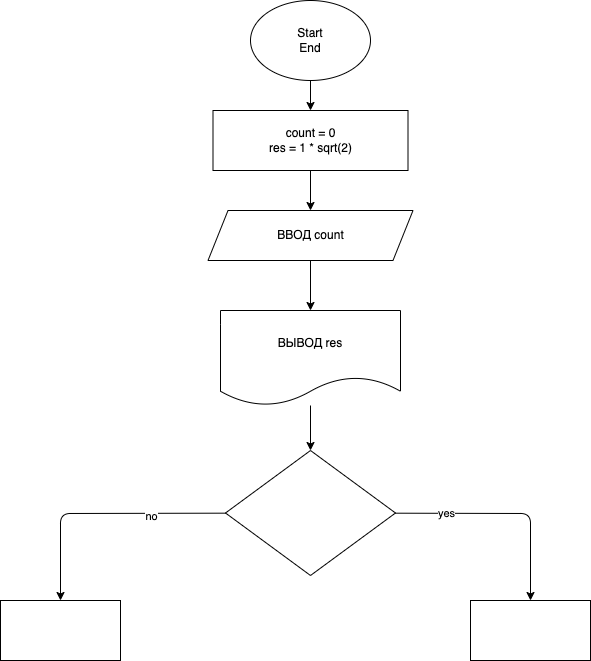
Before: ex000.drawio.png, a diagram exported from draw.io (retedominus/practice_ex000). Source tidied: cells renumbered, new cells last; positions are measured from the earlier drawing's top-left corner, leaving out a move shared by most shapes. The source it was exported from:
```xml
<mxGraphModel>
  <root>
    <mxCell id="0" />
    <mxCell id="1" parent="0" />
    <mxCell id="2" style="edgeStyle=none;html=1;" parent="1" edge="1" source="3" target="5">
      <mxGeometry relative="1" as="geometry" />
    </mxCell>
    <mxCell id="3" value="Start&lt;br&gt;End" style="ellipse;whiteSpace=wrap;html=1;" parent="1" vertex="1">
      <mxGeometry x="250" width="120" height="80" as="geometry" />
    </mxCell>
    <mxCell id="4" style="edgeStyle=none;html=1;" parent="1" edge="1" source="5" target="7">
      <mxGeometry relative="1" as="geometry" />
    </mxCell>
    <mxCell id="5" value="count = 0&lt;br&gt;res = 1 * sqrt(2)" style="whiteSpace=wrap;html=1;" parent="1" vertex="1">
      <mxGeometry x="212.5" y="110" width="195" height="60" as="geometry" />
    </mxCell>
    <mxCell id="6" style="edgeStyle=none;html=1;" parent="1" edge="1" source="7" target="9">
      <mxGeometry relative="1" as="geometry" />
    </mxCell>
    <mxCell id="7" value="ВВОД count" style="shape=parallelogram;perimeter=parallelogramPerimeter;whiteSpace=wrap;html=1;fixedSize=1;" parent="1" vertex="1">
      <mxGeometry x="207.5" y="210" width="205" height="50" as="geometry" />
    </mxCell>
    <mxCell id="8" style="edgeStyle=none;html=1;" parent="1" edge="1" source="9" target="14">
      <mxGeometry relative="1" as="geometry" />
    </mxCell>
    <mxCell id="9" value="ВЫВОД res" style="shape=document;whiteSpace=wrap;html=1;boundedLbl=1;" parent="1" vertex="1">
      <mxGeometry x="220" y="310" width="180" height="95" as="geometry" />
    </mxCell>
    <mxCell id="10" style="edgeStyle=none;html=1;" parent="1" edge="1" source="14" target="15">
      <mxGeometry relative="1" as="geometry">
        <Array as="points">
          <mxPoint x="530" y="513" />
        </Array>
      </mxGeometry>
    </mxCell>
    <mxCell id="11" value="yes" style="edgeLabel;html=1;align=center;verticalAlign=middle;" parent="10" vertex="1">
      <mxGeometry x="-0.54" relative="1" as="geometry" />
    </mxCell>
    <mxCell id="12" style="edgeStyle=none;html=1;" parent="1" edge="1" source="14" target="16">
      <mxGeometry relative="1" as="geometry">
        <Array as="points">
          <mxPoint x="60" y="513" />
        </Array>
      </mxGeometry>
    </mxCell>
    <mxCell id="13" value="no" style="edgeLabel;html=1;align=center;verticalAlign=middle;" parent="12" vertex="1">
      <mxGeometry x="-0.4" y="3" relative="1" as="geometry" />
    </mxCell>
    <mxCell id="14" style="rhombus;whiteSpace=wrap;html=1;" parent="1" vertex="1">
      <mxGeometry x="225" y="450" width="170" height="125" as="geometry" />
    </mxCell>
    <mxCell id="15" style="whiteSpace=wrap;html=1;" parent="1" vertex="1">
      <mxGeometry x="470" y="600" width="120" height="60" as="geometry" />
    </mxCell>
    <mxCell id="16" style="whiteSpace=wrap;html=1;" parent="1" vertex="1">
      <mxGeometry y="600" width="120" height="60" as="geometry" />
    </mxCell>
  </root>
</mxGraphModel>
```
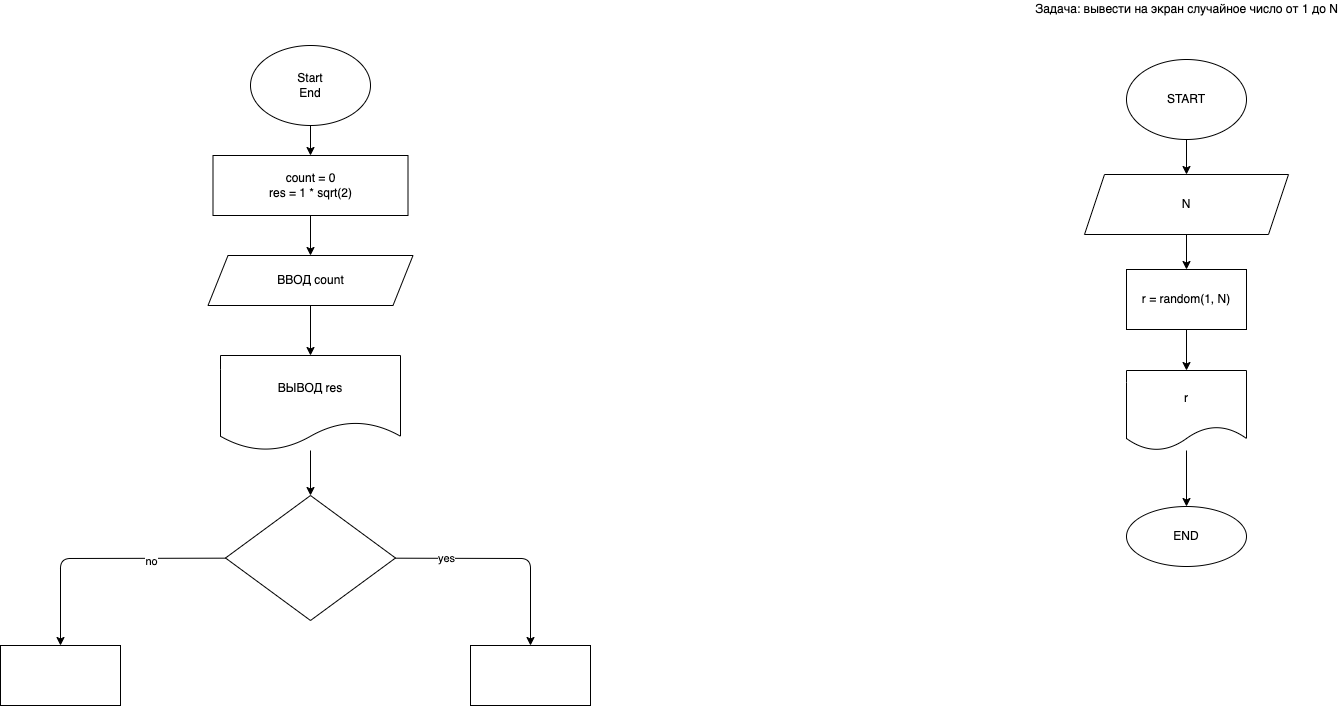
After the commit.

The edit, as a diff of the source:
```diff
@@ -55,5 +55,35 @@
     <mxCell id="16" style="whiteSpace=wrap;html=1;" parent="1" vertex="1">
       <mxGeometry y="600" width="120" height="60" as="geometry" />
     </mxCell>
+    <mxCell id="17" style="edgeStyle=none;html=1;" parent="1" edge="1" source="18" target="20">
+      <mxGeometry relative="1" as="geometry" />
+    </mxCell>
+    <mxCell id="18" value="START" style="ellipse;whiteSpace=wrap;html=1;" parent="1" vertex="1">
+      <mxGeometry x="1126" y="14" width="120" height="80" as="geometry" />
+    </mxCell>
+    <mxCell id="19" style="edgeStyle=none;html=1;" parent="1" edge="1" source="20" target="22">
+      <mxGeometry relative="1" as="geometry" />
+    </mxCell>
+    <mxCell id="20" value="N" style="shape=parallelogram;perimeter=parallelogramPerimeter;whiteSpace=wrap;html=1;fixedSize=1;" parent="1" vertex="1">
+      <mxGeometry x="1084" y="129" width="204" height="60" as="geometry" />
+    </mxCell>
+    <mxCell id="21" style="edgeStyle=none;html=1;" parent="1" edge="1" source="22" target="24">
+      <mxGeometry relative="1" as="geometry" />
+    </mxCell>
+    <mxCell id="22" value="r = random(1, N)" style="whiteSpace=wrap;html=1;" parent="1" vertex="1">
+      <mxGeometry x="1126" y="224" width="120" height="60" as="geometry" />
+    </mxCell>
+    <mxCell id="23" style="edgeStyle=none;html=1;" parent="1" edge="1" source="24" target="25">
+      <mxGeometry relative="1" as="geometry" />
+    </mxCell>
+    <mxCell id="24" value="r" style="shape=document;whiteSpace=wrap;html=1;boundedLbl=1;" parent="1" vertex="1">
+      <mxGeometry x="1126" y="325" width="120" height="80" as="geometry" />
+    </mxCell>
+    <mxCell id="25" value="END" style="ellipse;whiteSpace=wrap;html=1;" parent="1" vertex="1">
+      <mxGeometry x="1126" y="461" width="120" height="60" as="geometry" />
+    </mxCell>
+    <mxCell id="26" value="Задача: вывести на экран случайное число от 1 до N" style="text;html=1;align=center;verticalAlign=middle;strokeColor=none;fillColor=none;" parent="1" vertex="1">
+      <mxGeometry x="1029.5" y="-45" width="313" height="18" as="geometry" />
+    </mxCell>
   </root>
 </mxGraphModel>
```
